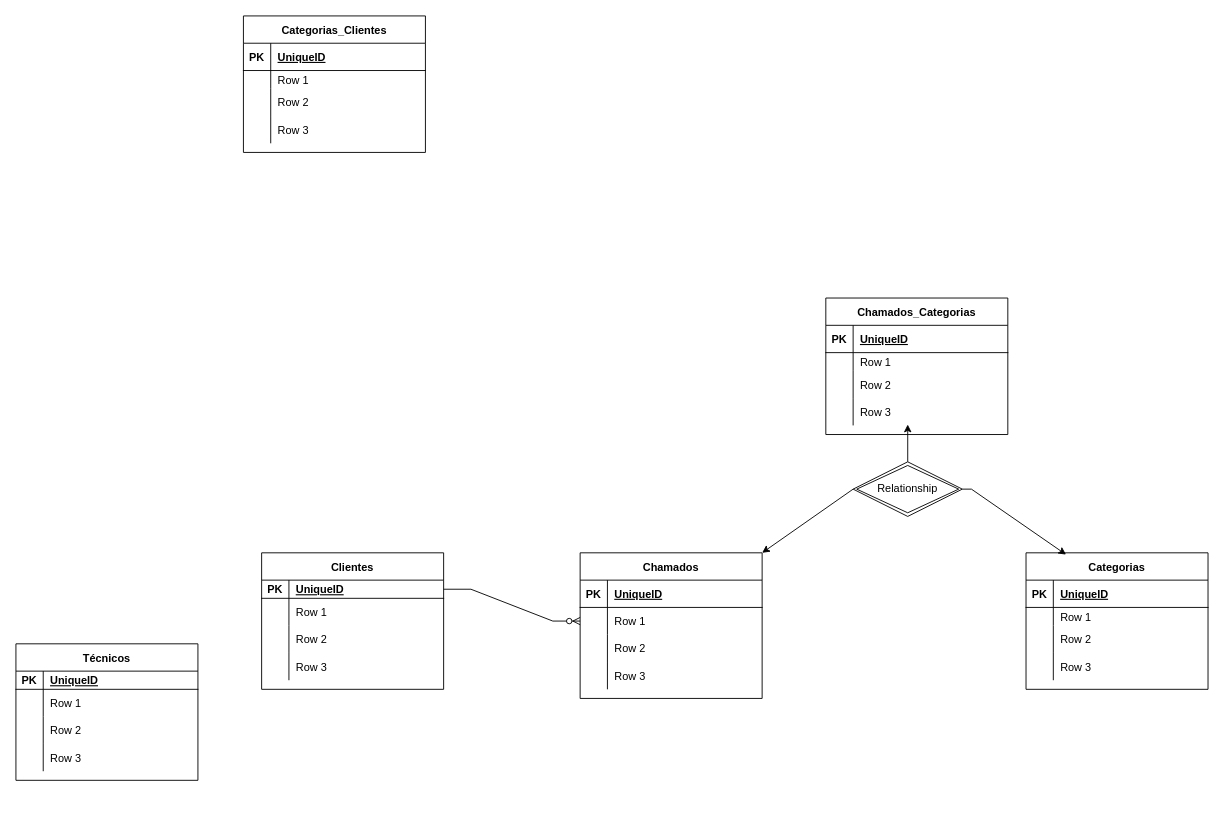
Above: Capstone-Q3.drawio in flaviosantospqri/CallUp_API (draw.io), before the change. Source tidied: cells renumbered, new cells numbered last; positions are measured from the earlier drawing's top-left corner, leaving out a move shared by most shapes. Both pictures are drawn from the tidied source at 91%, with x=0, y=0 at pixel (15, 15).
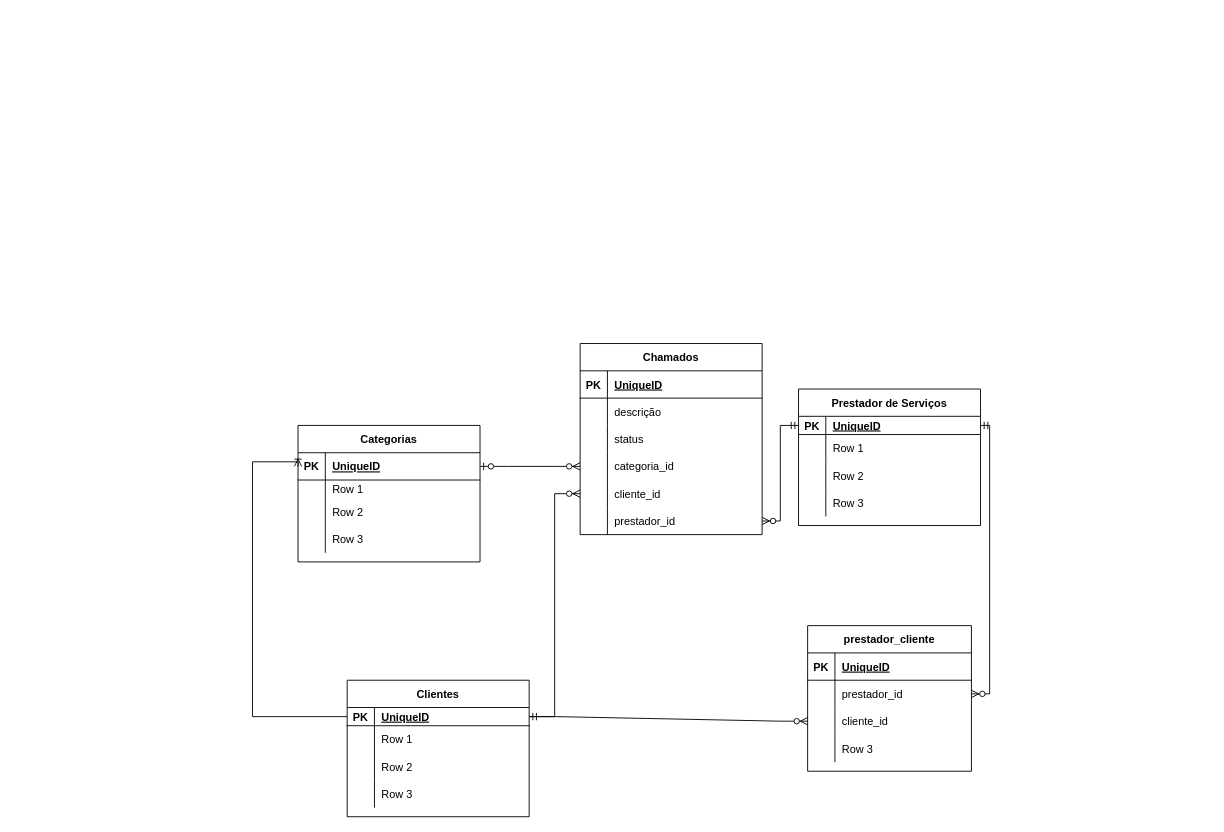
The same page after the edit.

Unchanged cells that the change refers to:
```xml
<mxCell id="6" style="shape=tableRow;horizontal=0;startSize=0;swimlaneHead=0;swimlaneBody=0;fillColor=none;points=[[0,0.5],[1,0.5]];portConstraint=eastwest;top=0;left=0;right=0;bottom=0;" parent="2" vertex="1">
  <mxGeometry y="60" width="200" height="30" as="geometry" />
</mxCell>
<mxCell id="9" style="shape=tableRow;horizontal=0;startSize=0;swimlaneHead=0;swimlaneBody=0;fillColor=none;top=0;left=0;right=0;bottom=0;" parent="2" vertex="1">
  <mxGeometry y="90" width="200" height="30" as="geometry" />
</mxCell>
<mxCell id="16" style="shape=tableRow;horizontal=0;startSize=0;swimlaneHead=0;swimlaneBody=0;fillColor=none;points=[[0,0.5],[1,0.5]];portConstraint=eastwest;top=0;left=0;right=0;bottom=1;" parent="15" vertex="1">
  <mxGeometry y="30" width="200" height="20" as="geometry" />
</mxCell>
<mxCell id="29" style="shape=tableRow;horizontal=0;startSize=0;swimlaneHead=0;swimlaneBody=0;fillColor=none;points=[[0,0.5],[1,0.5]];portConstraint=eastwest;top=0;left=0;right=0;bottom=1;" parent="28" vertex="1">
  <mxGeometry y="30" width="200" height="30" as="geometry" />
</mxCell>
<mxCell id="42" style="shape=tableRow;horizontal=0;startSize=0;swimlaneHead=0;swimlaneBody=0;fillColor=none;points=[[0,0.5],[1,0.5]];portConstraint=eastwest;top=0;left=0;right=0;bottom=1;" parent="41" vertex="1">
  <mxGeometry y="30" width="200" height="20" as="geometry" />
</mxCell>
```

Change to the diagram source:
```diff
@@
     <mxCell id="2" value="Chamados" style="shape=table;startSize=30;childLayout=tableLayout;rowLines=0;fontStyle=1;align=center;" parent="1" vertex="1">
-      <mxGeometry x="620" y="590" width="200" height="160" as="geometry" />
+      <mxGeometry x="620" y="360" width="200" height="210" as="geometry" />
     </mxCell>
@@
-    <mxCell id="8" value="Row 1" style="shape=partialRectangle;fillColor=none;top=0;left=0;bottom=0;right=0;align=left;spacingLeft=6;overflow=hidden;" parent="6" vertex="1">
+    <mxCell id="8" value="descrição" style="shape=partialRectangle;fillColor=none;top=0;left=0;bottom=0;right=0;align=left;spacingLeft=6;overflow=hidden;" parent="6" vertex="1">
       <mxGeometry x="30" width="170" height="30" as="geometry" />
     </mxCell>
@@
-    <mxCell id="11" value="Row 2" style="shape=partialRectangle;fillColor=none;top=0;left=0;bottom=0;right=0;align=left;spacingLeft=6;overflow=hidden;" parent="9" vertex="1">
+    <mxCell id="11" value="status" style="shape=partialRectangle;fillColor=none;top=0;left=0;bottom=0;right=0;align=left;spacingLeft=6;overflow=hidden;" parent="9" vertex="1">
       <mxGeometry x="30" width="170" height="30" as="geometry" />
     </mxCell>
+    <mxCell id="85" style="shape=tableRow;horizontal=0;startSize=0;swimlaneHead=0;swimlaneBody=0;fillColor=none;points=[[0,0.5],[1,0.5]];portConstraint=eastwest;top=0;left=0;right=0;bottom=0;" parent="2" vertex="1">
+      <mxGeometry y="120" width="200" height="30" as="geometry" />
+    </mxCell>
+    <mxCell id="86" style="shape=partialRectangle;fillColor=none;top=0;left=0;bottom=0;right=0;overflow=hidden;" parent="85" vertex="1">
+      <mxGeometry width="30" height="30" as="geometry" />
+    </mxCell>
+    <mxCell id="87" value="categoria_id" style="shape=partialRectangle;fillColor=none;top=0;left=0;bottom=0;right=0;align=left;spacingLeft=6;overflow=hidden;" parent="85" vertex="1">
+      <mxGeometry x="30" width="170" height="30" as="geometry" />
+    </mxCell>
     <mxCell id="12" style="shape=tableRow;horizontal=0;startSize=0;swimlaneHead=0;swimlaneBody=0;fillColor=none;points=[[0,0.5],[1,0.5]];portConstraint=eastwest;top=0;left=0;right=0;bottom=0;" parent="2" vertex="1">
-      <mxGeometry y="120" width="200" height="30" as="geometry" />
+      <mxGeometry y="150" width="200" height="30" as="geometry" />
     </mxCell>
@@
-    <mxCell id="14" value="Row 3" style="shape=partialRectangle;fillColor=none;top=0;left=0;bottom=0;right=0;align=left;spacingLeft=6;overflow=hidden;" parent="12" vertex="1">
+    <mxCell id="14" value="cliente_id" style="shape=partialRectangle;fillColor=none;top=0;left=0;bottom=0;right=0;align=left;spacingLeft=6;overflow=hidden;" parent="12" vertex="1">
       <mxGeometry x="30" width="170" height="30" as="geometry" />
     </mxCell>
+    <mxCell id="88" style="shape=tableRow;horizontal=0;startSize=0;swimlaneHead=0;swimlaneBody=0;fillColor=none;points=[[0,0.5],[1,0.5]];portConstraint=eastwest;top=0;left=0;right=0;bottom=0;" parent="2" vertex="1">
+      <mxGeometry y="180" width="200" height="30" as="geometry" />
+    </mxCell>
+    <mxCell id="89" style="shape=partialRectangle;fillColor=none;top=0;left=0;bottom=0;right=0;overflow=hidden;" parent="88" vertex="1">
+      <mxGeometry width="30" height="30" as="geometry" />
+    </mxCell>
+    <mxCell id="90" value="prestador_id" style="shape=partialRectangle;fillColor=none;top=0;left=0;bottom=0;right=0;align=left;spacingLeft=6;overflow=hidden;" parent="88" vertex="1">
+      <mxGeometry x="30" width="170" height="30" as="geometry" />
+    </mxCell>
     <mxCell id="15" value="Clientes" style="shape=table;startSize=30;childLayout=tableLayout;rowLines=0;fontStyle=1;align=center;" parent="1" vertex="1">
-      <mxGeometry x="270" y="590" width="200" height="150" as="geometry" />
+      <mxGeometry x="364" y="730" width="200" height="150" as="geometry" />
     </mxCell>
@@
     <mxCell id="28" value="Categorias" style="shape=table;startSize=30;childLayout=tableLayout;rowLines=0;fontStyle=1;align=center;" parent="1" vertex="1">
-      <mxGeometry x="1110" y="590" width="200" height="150" as="geometry" />
+      <mxGeometry x="310" y="450" width="200" height="150" as="geometry" />
     </mxCell>
@@
-    <mxCell id="41" value="Técnicos" style="shape=table;startSize=30;childLayout=tableLayout;rowLines=0;fontStyle=1;align=center;" parent="1" vertex="1">
-      <mxGeometry y="690" width="200" height="150" as="geometry" />
+    <mxCell id="41" value="Prestador de Serviços" style="shape=table;startSize=30;childLayout=tableLayout;rowLines=0;fontStyle=1;align=center;" parent="1" vertex="1">
+      <mxGeometry x="860" y="410" width="200" height="150" as="geometry" />
     </mxCell>
@@
-    <mxCell id="54" value="Chamados_Categorias" style="shape=table;startSize=30;childLayout=tableLayout;rowLines=0;fontStyle=1;align=center;" parent="1" vertex="1">
-      <mxGeometry x="890" y="310" width="200" height="150" as="geometry" />
-    </mxCell>
-    <mxCell id="55" style="shape=tableRow;horizontal=0;startSize=0;swimlaneHead=0;swimlaneBody=0;fillColor=none;top=0;left=0;right=0;bottom=1;" parent="54" vertex="1">
-      <mxGeometry y="30" width="200" height="30" as="geometry" />
-    </mxCell>
-    <mxCell id="56" value="PK" style="shape=partialRectangle;fillColor=none;top=0;left=0;bottom=0;right=0;fontStyle=1;overflow=hidden;" parent="55" vertex="1">
-      <mxGeometry width="30" height="30" as="geometry" />
-    </mxCell>
-    <mxCell id="57" value="UniqueID" style="shape=partialRectangle;fillColor=none;top=0;left=0;bottom=0;right=0;align=left;spacingLeft=6;fontStyle=5;overflow=hidden;" parent="55" vertex="1">
-      <mxGeometry x="30" width="170" height="30" as="geometry" />
-    </mxCell>
-    <mxCell id="58" style="shape=tableRow;horizontal=0;startSize=0;swimlaneHead=0;swimlaneBody=0;fillColor=none;top=0;left=0;right=0;bottom=0;" parent="54" vertex="1">
-      <mxGeometry y="60" width="200" height="20" as="geometry" />
-    </mxCell>
-    <mxCell id="59" style="shape=partialRectangle;fillColor=none;top=0;left=0;bottom=0;right=0;overflow=hidden;" parent="58" vertex="1">
-      <mxGeometry width="30" height="20" as="geometry" />
-    </mxCell>
-    <mxCell id="60" value="Row 1" style="shape=partialRectangle;fillColor=none;top=0;left=0;bottom=0;right=0;align=left;spacingLeft=6;overflow=hidden;" parent="58" vertex="1">
-      <mxGeometry x="30" width="170" height="20" as="geometry" />
-    </mxCell>
-    <mxCell id="61" style="shape=tableRow;horizontal=0;startSize=0;swimlaneHead=0;swimlaneBody=0;fillColor=none;top=0;left=0;right=0;bottom=0;" parent="54" vertex="1">
-      <mxGeometry y="80" width="200" height="30" as="geometry" />
-    </mxCell>
-    <mxCell id="62" style="shape=partialRectangle;fillColor=none;top=0;left=0;bottom=0;right=0;overflow=hidden;" parent="61" vertex="1">
-      <mxGeometry width="30" height="30" as="geometry" />
-    </mxCell>
-    <mxCell id="63" value="Row 2" style="shape=partialRectangle;fillColor=none;top=0;left=0;bottom=0;right=0;align=left;spacingLeft=6;overflow=hidden;" parent="61" vertex="1">
-      <mxGeometry x="30" width="170" height="30" as="geometry" />
-    </mxCell>
-    <mxCell id="64" style="shape=tableRow;horizontal=0;startSize=0;swimlaneHead=0;swimlaneBody=0;fillColor=none;points=[[0,0.5],[1,0.5]];portConstraint=eastwest;top=0;left=0;right=0;bottom=0;" parent="54" vertex="1">
-      <mxGeometry y="110" width="200" height="30" as="geometry" />
-    </mxCell>
-    <mxCell id="65" style="shape=partialRectangle;fillColor=none;top=0;left=0;bottom=0;right=0;overflow=hidden;" parent="64" vertex="1">
-      <mxGeometry width="30" height="30" as="geometry" />
-    </mxCell>
-    <mxCell id="66" value="Row 3" style="shape=partialRectangle;fillColor=none;top=0;left=0;bottom=0;right=0;align=left;spacingLeft=6;overflow=hidden;" parent="64" vertex="1">
-      <mxGeometry x="30" width="170" height="30" as="geometry" />
-    </mxCell>
-    <mxCell id="67" value="Categorias_Clientes" style="shape=table;startSize=30;childLayout=tableLayout;rowLines=0;fontStyle=1;align=center;" parent="1" vertex="1">
-      <mxGeometry x="250" width="200" height="150" as="geometry" />
-    </mxCell>
-    <mxCell id="68" style="shape=tableRow;horizontal=0;startSize=0;swimlaneHead=0;swimlaneBody=0;fillColor=none;top=0;left=0;right=0;bottom=1;" parent="67" vertex="1">
-      <mxGeometry y="30" width="200" height="30" as="geometry" />
-    </mxCell>
-    <mxCell id="69" value="PK" style="shape=partialRectangle;fillColor=none;top=0;left=0;bottom=0;right=0;fontStyle=1;overflow=hidden;" parent="68" vertex="1">
-      <mxGeometry width="30" height="30" as="geometry" />
-    </mxCell>
-    <mxCell id="70" value="UniqueID" style="shape=partialRectangle;fillColor=none;top=0;left=0;bottom=0;right=0;align=left;spacingLeft=6;fontStyle=5;overflow=hidden;" parent="68" vertex="1">
-      <mxGeometry x="30" width="170" height="30" as="geometry" />
-    </mxCell>
-    <mxCell id="71" style="shape=tableRow;horizontal=0;startSize=0;swimlaneHead=0;swimlaneBody=0;fillColor=none;top=0;left=0;right=0;bottom=0;" parent="67" vertex="1">
-      <mxGeometry y="60" width="200" height="20" as="geometry" />
-    </mxCell>
-    <mxCell id="72" style="shape=partialRectangle;fillColor=none;top=0;left=0;bottom=0;right=0;overflow=hidden;" parent="71" vertex="1">
-      <mxGeometry width="30" height="20" as="geometry" />
-    </mxCell>
-    <mxCell id="73" value="Row 1" style="shape=partialRectangle;fillColor=none;top=0;left=0;bottom=0;right=0;align=left;spacingLeft=6;overflow=hidden;" parent="71" vertex="1">
-      <mxGeometry x="30" width="170" height="20" as="geometry" />
-    </mxCell>
-    <mxCell id="74" style="shape=tableRow;horizontal=0;startSize=0;swimlaneHead=0;swimlaneBody=0;fillColor=none;top=0;left=0;right=0;bottom=0;" parent="67" vertex="1">
-      <mxGeometry y="80" width="200" height="30" as="geometry" />
-    </mxCell>
-    <mxCell id="75" style="shape=partialRectangle;fillColor=none;top=0;left=0;bottom=0;right=0;overflow=hidden;" parent="74" vertex="1">
-      <mxGeometry width="30" height="30" as="geometry" />
-    </mxCell>
-    <mxCell id="76" value="Row 2" style="shape=partialRectangle;fillColor=none;top=0;left=0;bottom=0;right=0;align=left;spacingLeft=6;overflow=hidden;" parent="74" vertex="1">
-      <mxGeometry x="30" width="170" height="30" as="geometry" />
-    </mxCell>
-    <mxCell id="77" style="shape=tableRow;horizontal=0;startSize=0;swimlaneHead=0;swimlaneBody=0;fillColor=none;top=0;left=0;right=0;bottom=0;" parent="67" vertex="1">
-      <mxGeometry y="110" width="200" height="30" as="geometry" />
-    </mxCell>
-    <mxCell id="78" style="shape=partialRectangle;fillColor=none;top=0;left=0;bottom=0;right=0;overflow=hidden;" parent="77" vertex="1">
-      <mxGeometry width="30" height="30" as="geometry" />
-    </mxCell>
-    <mxCell id="79" value="Row 3" style="shape=partialRectangle;fillColor=none;top=0;left=0;bottom=0;right=0;align=left;spacingLeft=6;overflow=hidden;" parent="77" vertex="1">
-      <mxGeometry x="30" width="170" height="30" as="geometry" />
-    </mxCell>
-    <mxCell id="80" style="edgeStyle=entityRelationEdgeStyle;fontSize=12;html=1;endArrow=ERzeroToMany;endFill=1;rounded=0;exitX=1;exitY=0.5;exitDx=0;exitDy=0;entryX=0;entryY=0.5;entryDx=0;entryDy=0;" parent="1" edge="1" source="16" target="6">
+    <mxCell id="80" style="edgeStyle=orthogonalEdgeStyle;fontSize=12;html=1;endArrow=ERzeroToMany;endFill=1;rounded=0;exitX=1;exitY=0.5;exitDx=0;exitDy=0;entryX=0;entryY=0.5;entryDx=0;entryDy=0;" parent="1" edge="1" source="16" target="12">
       <mxGeometry relative="1" as="geometry" />
     </mxCell>
-    <mxCell id="81" style="edgeStyle=none;rounded=0;jettySize=auto;html=1;entryX=0.22;entryY=0.013;entryDx=0;entryDy=0;entryPerimeter=0;" parent="1" edge="1" source="84" target="28">
-      <mxGeometry relative="1" as="geometry">
-        <Array as="points">
-          <mxPoint x="1050" y="520" />
-        </Array>
-      </mxGeometry>
-    </mxCell>
-    <mxCell id="82" style="edgeStyle=none;rounded=0;jettySize=auto;html=1;exitX=0;exitY=0.5;exitDx=0;exitDy=0;entryX=1;entryY=0;entryDx=0;entryDy=0;" parent="1" edge="1" source="84" target="2">
-      <mxGeometry relative="1" as="geometry" />
-    </mxCell>
-    <mxCell id="83" style="edgeStyle=none;rounded=0;jettySize=auto;html=1;exitX=0.5;exitY=0;exitDx=0;exitDy=0;entryX=0.45;entryY=0.967;entryDx=0;entryDy=0;entryPerimeter=0;" parent="1" edge="1" source="84" target="64">
-      <mxGeometry relative="1" as="geometry" />
-    </mxCell>
-    <mxCell id="84" value="Relationship" style="shape=rhombus;double=1;perimeter=rhombusPerimeter;whiteSpace=wrap;html=1;align=center;" parent="1" vertex="1">
-      <mxGeometry x="920" y="490" width="120" height="60" as="geometry" />
-    </mxCell>
+    <mxCell id="91" style="edgeStyle=orthogonalEdgeStyle;fontSize=12;html=1;endArrow=ERoneToMany;rounded=0;exitX=0;exitY=0.5;exitDx=0;exitDy=0;entryX=0;entryY=0.5;entryDx=0;entryDy=0;elbow=vertical;" parent="1" edge="1" source="16" target="29">
+      <mxGeometry relative="1" as="geometry">
+        <Array as="points">
+          <mxPoint x="260" y="770" />
+          <mxPoint x="260" y="490" />
+          <mxPoint x="310" y="490" />
+        </Array>
+      </mxGeometry>
+    </mxCell>
+    <mxCell id="92" style="edgeStyle=entityRelationEdgeStyle;fontSize=12;html=1;endArrow=ERzeroToMany;startArrow=ERzeroToOne;rounded=0;exitX=1;exitY=0.5;exitDx=0;exitDy=0;entryX=0;entryY=0.5;entryDx=0;entryDy=0;" parent="1" edge="1" source="29" target="85">
+      <mxGeometry relative="1" as="geometry" />
+    </mxCell>
+    <mxCell id="93" style="edgeStyle=elbowEdgeStyle;fontSize=12;html=1;endArrow=ERzeroToMany;startArrow=ERmandOne;rounded=0;entryX=1;entryY=0.5;entryDx=0;entryDy=0;exitX=0;exitY=0.5;exitDx=0;exitDy=0;" parent="1" edge="1" source="42" target="88">
+      <mxGeometry relative="1" as="geometry" />
+    </mxCell>
+    <mxCell id="94" value="prestador_cliente" style="shape=table;startSize=30;childLayout=tableLayout;rowLines=0;fontStyle=1;align=center;" parent="1" vertex="1">
+      <mxGeometry x="870" y="670" width="180" height="160" as="geometry" />
+    </mxCell>
+    <mxCell id="95" style="shape=tableRow;horizontal=0;startSize=0;swimlaneHead=0;swimlaneBody=0;fillColor=none;top=0;left=0;right=0;bottom=1;" parent="94" vertex="1">
+      <mxGeometry y="30" width="180" height="30" as="geometry" />
+    </mxCell>
+    <mxCell id="96" value="PK" style="shape=partialRectangle;fillColor=none;top=0;left=0;bottom=0;right=0;fontStyle=1;overflow=hidden;" parent="95" vertex="1">
+      <mxGeometry width="30" height="30" as="geometry" />
+    </mxCell>
+    <mxCell id="97" value="UniqueID" style="shape=partialRectangle;fillColor=none;top=0;left=0;bottom=0;right=0;align=left;spacingLeft=6;fontStyle=5;overflow=hidden;" parent="95" vertex="1">
+      <mxGeometry x="30" width="150" height="30" as="geometry" />
+    </mxCell>
+    <mxCell id="98" style="shape=tableRow;horizontal=0;startSize=0;swimlaneHead=0;swimlaneBody=0;fillColor=none;points=[[0,0.5],[1,0.5]];portConstraint=eastwest;top=0;left=0;right=0;bottom=0;" parent="94" vertex="1">
+      <mxGeometry y="60" width="180" height="30" as="geometry" />
+    </mxCell>
+    <mxCell id="99" style="shape=partialRectangle;fillColor=none;top=0;left=0;bottom=0;right=0;overflow=hidden;" parent="98" vertex="1">
+      <mxGeometry width="30" height="30" as="geometry" />
+    </mxCell>
+    <mxCell id="100" value="prestador_id" style="shape=partialRectangle;fillColor=none;top=0;left=0;bottom=0;right=0;align=left;spacingLeft=6;overflow=hidden;" parent="98" vertex="1">
+      <mxGeometry x="30" width="150" height="30" as="geometry" />
+    </mxCell>
+    <mxCell id="101" style="shape=tableRow;horizontal=0;startSize=0;swimlaneHead=0;swimlaneBody=0;fillColor=none;points=[[0,0.5],[1,0.5]];portConstraint=eastwest;top=0;left=0;right=0;bottom=0;" parent="94" vertex="1">
+      <mxGeometry y="90" width="180" height="30" as="geometry" />
+    </mxCell>
+    <mxCell id="102" style="shape=partialRectangle;fillColor=none;top=0;left=0;bottom=0;right=0;overflow=hidden;" parent="101" vertex="1">
+      <mxGeometry width="30" height="30" as="geometry" />
+    </mxCell>
+    <mxCell id="103" value="cliente_id" style="shape=partialRectangle;fillColor=none;top=0;left=0;bottom=0;right=0;align=left;spacingLeft=6;overflow=hidden;" parent="101" vertex="1">
+      <mxGeometry x="30" width="150" height="30" as="geometry" />
+    </mxCell>
+    <mxCell id="104" style="shape=tableRow;horizontal=0;startSize=0;swimlaneHead=0;swimlaneBody=0;fillColor=none;top=0;left=0;right=0;bottom=0;" parent="94" vertex="1">
+      <mxGeometry y="120" width="180" height="30" as="geometry" />
+    </mxCell>
+    <mxCell id="105" style="shape=partialRectangle;fillColor=none;top=0;left=0;bottom=0;right=0;overflow=hidden;" parent="104" vertex="1">
+      <mxGeometry width="30" height="30" as="geometry" />
+    </mxCell>
+    <mxCell id="106" value="Row 3" style="shape=partialRectangle;fillColor=none;top=0;left=0;bottom=0;right=0;align=left;spacingLeft=6;overflow=hidden;" parent="104" vertex="1">
+      <mxGeometry x="30" width="150" height="30" as="geometry" />
+    </mxCell>
+    <mxCell id="107" style="edgeStyle=entityRelationEdgeStyle;fontSize=12;html=1;endArrow=ERzeroToMany;startArrow=ERmandOne;rounded=0;elbow=vertical;entryX=0;entryY=0.5;entryDx=0;entryDy=0;" parent="1" edge="1" target="101">
+      <mxGeometry relative="1" as="geometry">
+        <mxPoint x="564" y="770" as="sourcePoint" />
+      </mxGeometry>
+    </mxCell>
+    <mxCell id="108" style="edgeStyle=orthogonalEdgeStyle;fontSize=12;html=1;endArrow=ERzeroToMany;startArrow=ERmandOne;rounded=0;elbow=vertical;exitX=1;exitY=0.5;exitDx=0;exitDy=0;entryX=1;entryY=0.5;entryDx=0;entryDy=0;" parent="1" edge="1" source="42" target="98">
+      <mxGeometry relative="1" as="geometry" />
+    </mxCell>
```
